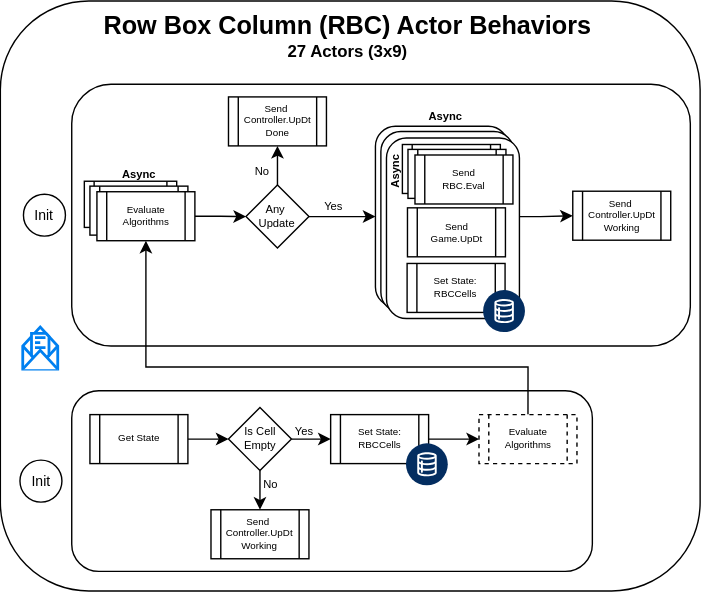
Above: docs/diagrams/RBCActor.svg in sunlao/py_sudoku_solver (draw.io), before the change. Source tidied: cells renumbered, new cells last; positions are measured from the earlier drawing's top-left corner, leaving out a move shared by most shapes.
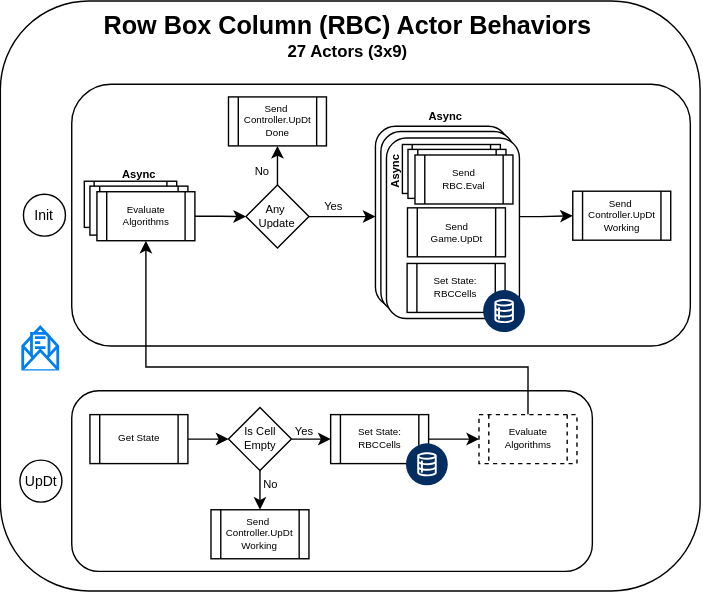
The same diagram one commit later.

Change to the diagram source:
```diff
@@ -95,7 +95,7 @@
     <mxCell id="32" value="Send&amp;nbsp;&lt;div&gt;Controller.UpDt&lt;/div&gt;&lt;div&gt;Working&lt;/div&gt;" style="shape=process;whiteSpace=wrap;html=1;backgroundOutline=1;fontSize=7;" parent="1" vertex="1">
       <mxGeometry x="409" y="136.4" width="70" height="35" as="geometry" />
     </mxCell>
-    <mxCell id="33" value="Init" style="ellipse;whiteSpace=wrap;html=1;fontSize=10;" parent="1" vertex="1">
+    <mxCell id="33" value="UpDt" style="ellipse;whiteSpace=wrap;html=1;fontSize=10;" parent="1" vertex="1">
       <mxGeometry x="14" y="328.5" width="30" height="30" as="geometry" />
     </mxCell>
     <mxCell id="34" style="edgeStyle=orthogonalEdgeStyle;rounded=0;jettySize=auto;html=1;" parent="1" edge="1" source="36" target="41">
```
